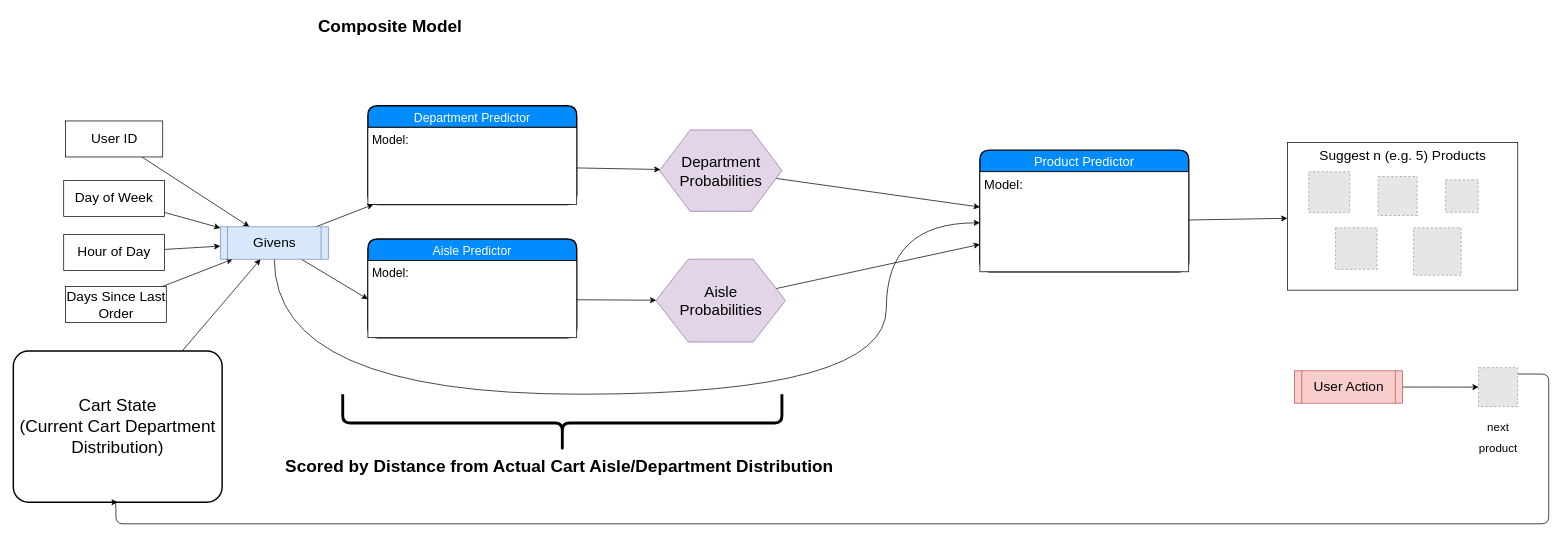
thomkav/classification_instacart keeps this draw.io diagram as page "Composite Model" (1 of 2) of instacart_data_flow.drawio. Above is the earlier version. Source tidied: cells renumbered, new cells numbered last; positions are measured from the earlier drawing's top-left corner, leaving out a move shared by most shapes. Both pictures are drawn from the tidied source at 72%, with x=0, y=0 at pixel (13, 12). Pictures stored in the file or linked from it are replaced by grey dashed boxes.
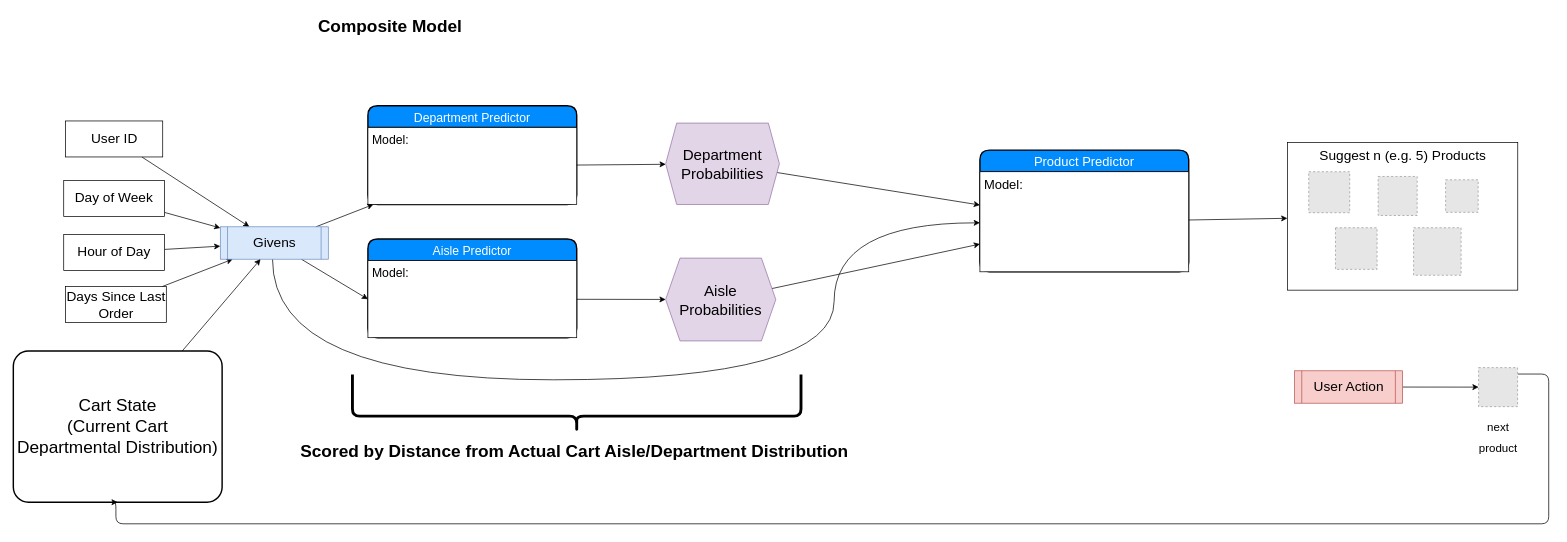
Above is the later version.

The change refers to these unchanged cells:
```xml
<mxCell id="5" value="Model:" style="align=left;spacingLeft=4;fontSize=18;verticalAlign=top;" parent="4" vertex="1">
  <mxGeometry y="30" width="290" height="139" as="geometry" />
</mxCell>
<mxCell id="20" value="&lt;span style=&quot;text-align: left ; white-space: nowrap&quot;&gt;Givens&lt;/span&gt;" style="shape=process;whiteSpace=wrap;html=1;backgroundOutline=1;fillColor=#dae8fc;fontSize=19;size=0.06666666666666667;strokeColor=#6c8ebf;" parent="1" vertex="1">
  <mxGeometry x="287.5" y="297.5" width="150" height="45" as="geometry" />
</mxCell>
```

The edit, as a diff of the source:
```diff
@@
-    <mxCell id="7" value="Department Probabilities" style="shape=hexagon;perimeter=hexagonPerimeter2;whiteSpace=wrap;html=1;fontSize=21;fillColor=#e1d5e7;strokeColor=#9673a6;" parent="1" vertex="1">
-      <mxGeometry x="897.5" y="163" width="170" height="113" as="geometry" />
+    <mxCell id="7" value="Department Probabilities" style="shape=hexagon;perimeter=hexagonPerimeter2;whiteSpace=wrap;html=1;fontSize=21;fillColor=#e1d5e7;strokeColor=#9673a6;size=0.09705882352941177;" parent="1" vertex="1">
+      <mxGeometry x="906" y="153.5" width="158" height="113" as="geometry" />
     </mxCell>
@@
     <mxCell id="19" style="edgeStyle=orthogonalEdgeStyle;rounded=0;jettySize=auto;html=1;fontSize=17;curved=1;" parent="1" edge="1" source="20" target="5">
       <mxGeometry relative="1" as="geometry">
         <Array as="points">
-          <mxPoint x="362.5" y="530" />
-          <mxPoint x="1212.5" y="530" />
-          <mxPoint x="1212.5" y="292" />
+          <mxPoint x="360" y="510" />
+          <mxPoint x="1140" y="510" />
+          <mxPoint x="1140" y="292" />
         </Array>
       </mxGeometry>
     </mxCell>
@@
-    <mxCell id="22" value="Cart State&lt;br&gt;(Current Cart Department Distribution)" style="strokeWidth=2;rounded=1;arcSize=10;whiteSpace=wrap;html=1;align=center;fontSize=24;fillColor=#ffffff;" parent="1" vertex="1">
+    <mxCell id="22" value="Cart State&lt;br&gt;(Current Cart Departmental Distribution)" style="strokeWidth=2;rounded=1;arcSize=10;whiteSpace=wrap;html=1;align=center;fontSize=24;fillColor=#ffffff;" parent="1" vertex="1">
       <mxGeometry y="470" width="290" height="210" as="geometry" />
     </mxCell>
@@
-    <mxCell id="26" value="Aisle&lt;br&gt;Probabilities" style="shape=hexagon;perimeter=hexagonPerimeter2;whiteSpace=wrap;html=1;fontSize=21;fillColor=#e1d5e7;strokeColor=#9673a6;" parent="1" vertex="1">
-      <mxGeometry x="892.5" y="342.5" width="180" height="115" as="geometry" />
+    <mxCell id="26" value="Aisle&lt;br&gt;Probabilities" style="shape=hexagon;perimeter=hexagonPerimeter2;whiteSpace=wrap;html=1;fontSize=21;fillColor=#e1d5e7;strokeColor=#9673a6;size=0.13055555555555556;" parent="1" vertex="1">
+      <mxGeometry x="906" y="341" width="153" height="115" as="geometry" />
     </mxCell>
@@
-    <mxCell id="38" style="shape=curlyBracket;whiteSpace=wrap;html=1;rounded=1;fontSize=18;direction=north;size=0.5;strokeWidth=4;" parent="1" vertex="1">
-      <mxGeometry x="457.5" y="530" width="610" height="80" as="geometry" />
+    <mxCell id="38" style="shape=curlyBracket;whiteSpace=wrap;html=1;rounded=1;fontSize=18;direction=north;size=0.275;strokeWidth=4;" parent="1" vertex="1">
+      <mxGeometry x="471" y="502.5" width="623" height="80" as="geometry" />
     </mxCell>
     <mxCell id="39" value="Scored by Distance from Actual Cart Aisle/Department Distribution" style="text;strokeColor=none;fillColor=none;html=1;fontSize=24;fontStyle=1;verticalAlign=middle;align=center;" parent="1" vertex="1">
-      <mxGeometry x="442.5" y="610" width="630" height="40" as="geometry" />
+      <mxGeometry x="464" y="590" width="630" height="40" as="geometry" />
     </mxCell>
```
